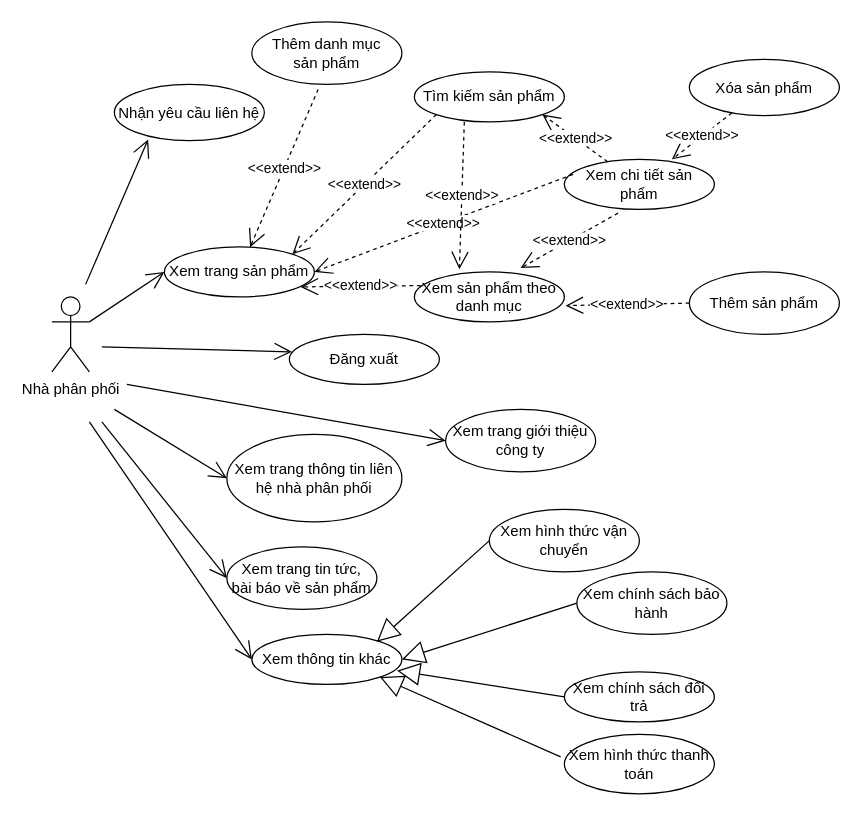
hoangminh15/PTTKHT keeps this draw.io diagram as providerUseCase.drawio. Above is the earlier version. Source tidied: cells renumbered, new cells numbered last; positions are measured from the earlier drawing's top-left corner, leaving out a move shared by most shapes. Both pictures are drawn from the tidied source at 125%, with x=0, y=0 at pixel (51, 21).
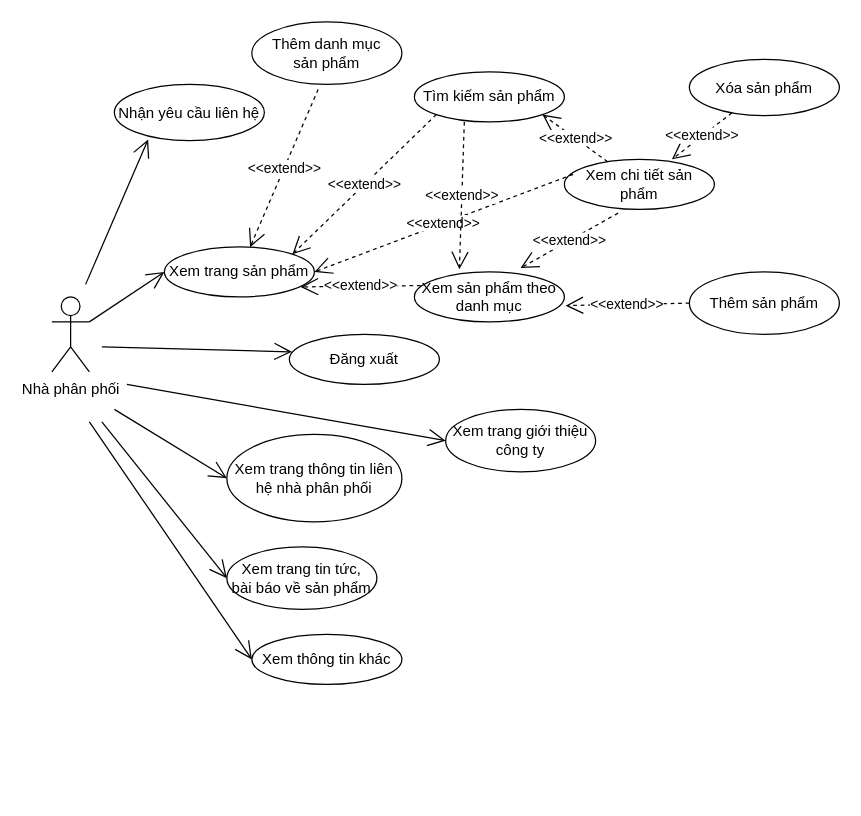
Above is the later version.

The change refers to these unchanged cells:
```xml
<mxCell id="30" value="Xem thông tin khác" style="ellipse;whiteSpace=wrap;html=1;" parent="1" vertex="1">
  <mxGeometry x="160" y="490" width="120" height="40" as="geometry" />
</mxCell>
```

Change to the diagram source:
```diff
@@
-    <mxCell id="26" value="Xem hình thức thanh toán" style="ellipse;whiteSpace=wrap;html=1;" parent="1" vertex="1">
-      <mxGeometry x="410" y="570" width="120" height="47.5" as="geometry" />
-    </mxCell>
-    <mxCell id="27" value="Xem hình thức vận chuyển" style="ellipse;whiteSpace=wrap;html=1;" parent="1" vertex="1">
-      <mxGeometry x="350" y="390" width="120" height="50" as="geometry" />
-    </mxCell>
-    <mxCell id="28" value="Xem chính sách bảo hành" style="ellipse;whiteSpace=wrap;html=1;" parent="1" vertex="1">
-      <mxGeometry x="420" y="440" width="120" height="50" as="geometry" />
-    </mxCell>
-    <mxCell id="29" value="Xem chính sách đổi trả" style="ellipse;whiteSpace=wrap;html=1;" parent="1" vertex="1">
-      <mxGeometry x="410" y="520" width="120" height="40" as="geometry" />
-    </mxCell>
@@
-    <mxCell id="36" style="endArrow=block;endSize=16;endFill=0;html=1;exitX=0;exitY=0.5;exitDx=0;exitDy=0;" parent="1" edge="1" source="27">
-      <mxGeometry relative="1" as="geometry">
-        <mxPoint x="260" y="496" as="targetPoint" />
-      </mxGeometry>
-    </mxCell>
-    <mxCell id="37" style="endArrow=block;endSize=16;endFill=0;html=1;entryX=1;entryY=0.5;entryDx=0;entryDy=0;exitX=0;exitY=0.5;exitDx=0;exitDy=0;" parent="1" edge="1" source="28" target="30">
-      <mxGeometry relative="1" as="geometry" />
-    </mxCell>
-    <mxCell id="38" style="endArrow=block;endSize=16;endFill=0;html=1;entryX=0.967;entryY=0.725;entryDx=0;entryDy=0;exitX=0;exitY=0.5;exitDx=0;exitDy=0;entryPerimeter=0;" parent="1" edge="1" source="29" target="30">
-      <mxGeometry relative="1" as="geometry" />
-    </mxCell>
-    <mxCell id="39" style="endArrow=block;endSize=16;endFill=0;html=1;entryX=1;entryY=1;entryDx=0;entryDy=0;exitX=-0.025;exitY=0.379;exitDx=0;exitDy=0;exitPerimeter=0;" parent="1" edge="1" source="26" target="30">
-      <mxGeometry relative="1" as="geometry" />
-    </mxCell>
```
